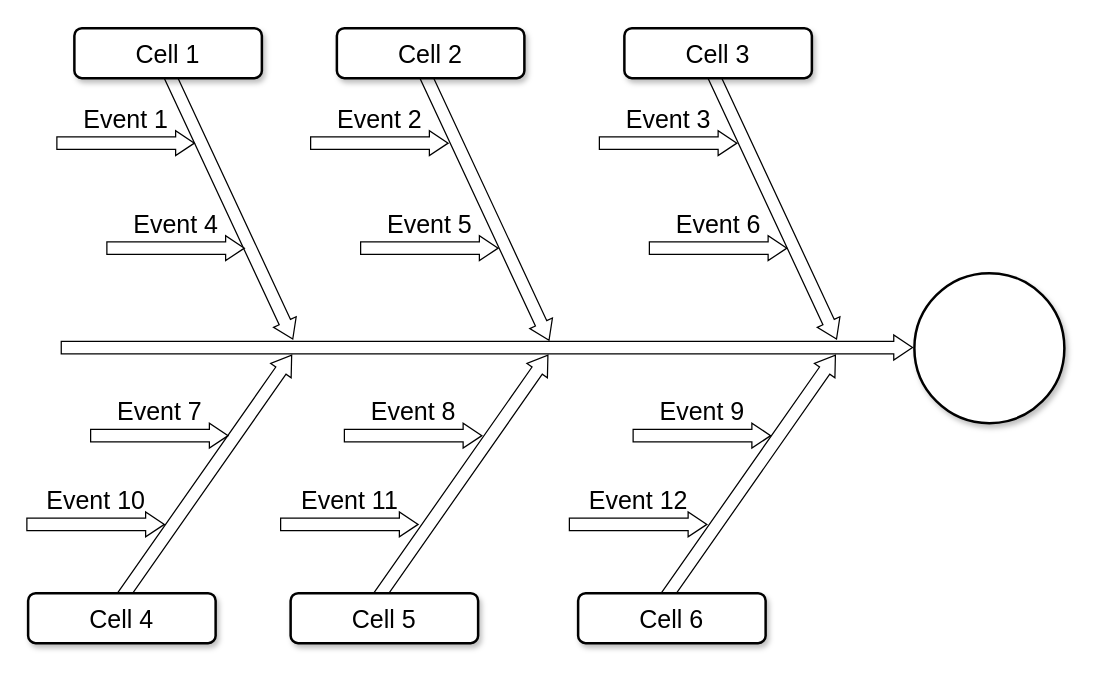
The draw.io diagram PersonalSRT.drawio in socalgrotto/diagrams, before the edit. Source tidied: cells renumbered, new cells numbered last; positions are measured from the earlier drawing's top-left corner, leaving out a move shared by most shapes. Both pictures are drawn from the tidied source at 125%, with x=0, y=0 at pixel (28, -79).
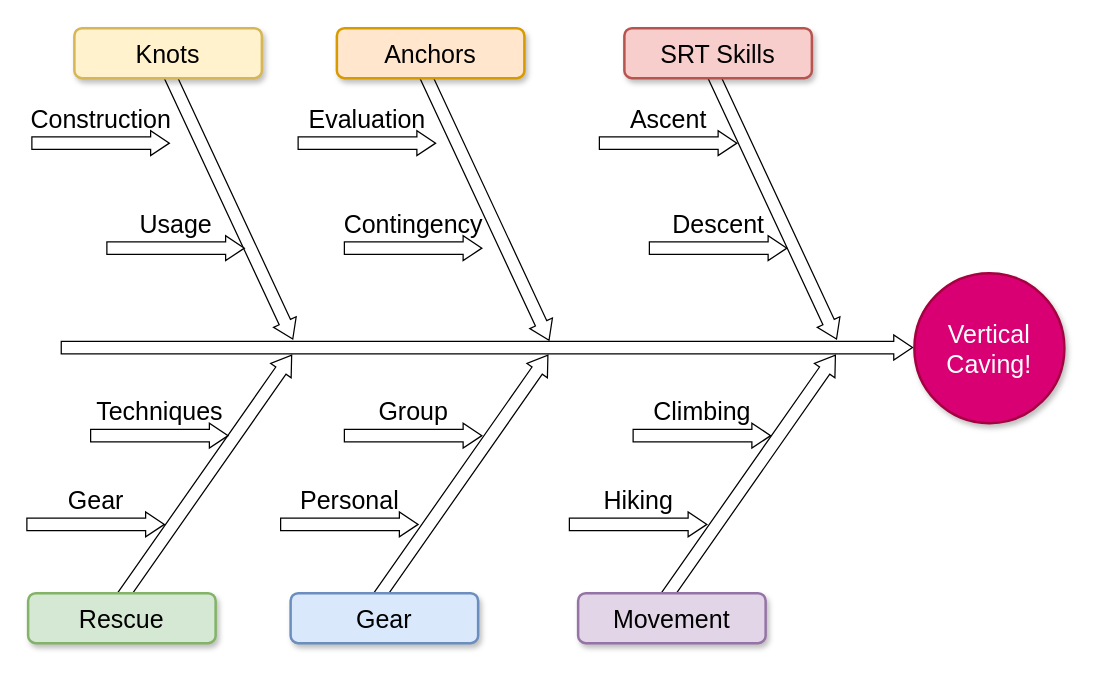
Above is the later version.

Diff of the diagram source:
```diff
@@
-    <mxCell id="9" value="Cell 1" style="rounded=1;whiteSpace=wrap;html=1;shadow=1;strokeWidth=2;fontSize=20;" parent="1" vertex="1">
+    <mxCell id="9" value="Knots" style="rounded=1;whiteSpace=wrap;html=1;shadow=1;strokeWidth=2;fontSize=20;fillColor=#fff2cc;strokeColor=#d6b656;" parent="1" vertex="1">
       <mxGeometry x="37" y="85" width="150" height="40" as="geometry" />
     </mxCell>
-    <mxCell id="10" value="Cell 2" style="rounded=1;whiteSpace=wrap;html=1;shadow=1;strokeWidth=2;fontSize=20;" parent="1" vertex="1">
+    <mxCell id="10" value="Anchors" style="rounded=1;whiteSpace=wrap;html=1;shadow=1;strokeWidth=2;fontSize=20;fillColor=#ffe6cc;strokeColor=#d79b00;" parent="1" vertex="1">
       <mxGeometry x="247" y="85" width="150" height="40" as="geometry" />
     </mxCell>
-    <mxCell id="11" value="Cell 3" style="rounded=1;whiteSpace=wrap;html=1;shadow=1;strokeWidth=2;fontSize=20;" parent="1" vertex="1">
+    <mxCell id="11" value="SRT Skills" style="rounded=1;whiteSpace=wrap;html=1;shadow=1;strokeWidth=2;fontSize=20;fillColor=#f8cecc;strokeColor=#b85450;" parent="1" vertex="1">
       <mxGeometry x="477" y="85" width="150" height="40" as="geometry" />
     </mxCell>
-    <mxCell id="12" value="Cell 4" style="rounded=1;whiteSpace=wrap;html=1;shadow=1;strokeWidth=2;fontSize=20;" parent="1" vertex="1">
+    <mxCell id="12" value="Rescue" style="rounded=1;whiteSpace=wrap;html=1;shadow=1;strokeWidth=2;fontSize=20;fillColor=#d5e8d4;strokeColor=#82b366;" parent="1" vertex="1">
       <mxGeometry y="537" width="150" height="40" as="geometry" />
     </mxCell>
-    <mxCell id="13" value="Cell 5" style="rounded=1;whiteSpace=wrap;html=1;shadow=1;strokeWidth=2;fontSize=20;" parent="1" vertex="1">
+    <mxCell id="13" value="Gear" style="rounded=1;whiteSpace=wrap;html=1;shadow=1;strokeWidth=2;fontSize=20;fillColor=#dae8fc;strokeColor=#6c8ebf;" parent="1" vertex="1">
       <mxGeometry x="210" y="537" width="150" height="40" as="geometry" />
     </mxCell>
-    <mxCell id="14" value="Cell 6" style="rounded=1;whiteSpace=wrap;html=1;shadow=1;strokeWidth=2;fontSize=20;" parent="1" vertex="1">
+    <mxCell id="14" value="Movement" style="rounded=1;whiteSpace=wrap;html=1;shadow=1;strokeWidth=2;fontSize=20;fillColor=#e1d5e7;strokeColor=#9673a6;" parent="1" vertex="1">
       <mxGeometry x="440" y="537" width="150" height="40" as="geometry" />
     </mxCell>
-    <mxCell id="15" style="ellipse;whiteSpace=wrap;html=1;rounded=1;shadow=1;strokeWidth=2;fontSize=20;" parent="1" vertex="1">
+    <mxCell id="15" value="Vertical&lt;br&gt;Caving!" style="ellipse;whiteSpace=wrap;html=1;rounded=1;shadow=1;strokeWidth=2;fontSize=20;fillColor=#d80073;strokeColor=#A50040;fontColor=#ffffff;" parent="1" vertex="1">
       <mxGeometry x="709" y="281" width="120" height="120" as="geometry" />
     </mxCell>
-    <mxCell id="16" value="Event 1" style="html=1;shadow=0;dashed=0;align=center;verticalAlign=middle;shape=mxgraph.arrows2.arrow;dy=0.5;dx=15;direction=north;notch=0;rounded=0;strokeWidth=1;fontSize=20;rotation=90;horizontal=0;labelPosition=left;verticalLabelPosition=middle;" parent="1" vertex="1">
-      <mxGeometry x="68" y="122" width="20" height="110" as="geometry" />
+    <mxCell id="16" value="Construction" style="html=1;shadow=0;dashed=0;align=center;verticalAlign=middle;shape=mxgraph.arrows2.arrow;dy=0.5;dx=15;direction=north;notch=0;rounded=0;strokeWidth=1;fontSize=20;rotation=90;horizontal=0;labelPosition=left;verticalLabelPosition=middle;" parent="1" vertex="1">
+      <mxGeometry x="48" y="122" width="20" height="110" as="geometry" />
     </mxCell>
-    <mxCell id="17" value="Event 2" style="html=1;shadow=0;dashed=0;align=center;verticalAlign=middle;shape=mxgraph.arrows2.arrow;dy=0.5;dx=15;direction=north;notch=0;rounded=0;strokeWidth=1;fontSize=20;rotation=90;horizontal=0;labelPosition=left;verticalLabelPosition=middle;" parent="1" vertex="1">
-      <mxGeometry x="271" y="122" width="20" height="110" as="geometry" />
+    <mxCell id="17" value="Evaluation" style="html=1;shadow=0;dashed=0;align=center;verticalAlign=middle;shape=mxgraph.arrows2.arrow;dy=0.5;dx=15;direction=north;notch=0;rounded=0;strokeWidth=1;fontSize=20;rotation=90;horizontal=0;labelPosition=left;verticalLabelPosition=middle;" parent="1" vertex="1">
+      <mxGeometry x="261" y="122" width="20" height="110" as="geometry" />
     </mxCell>
-    <mxCell id="18" value="Event 3" style="html=1;shadow=0;dashed=0;align=center;verticalAlign=middle;shape=mxgraph.arrows2.arrow;dy=0.5;dx=15;direction=north;notch=0;rounded=0;strokeWidth=1;fontSize=20;rotation=90;horizontal=0;labelPosition=left;verticalLabelPosition=middle;" parent="1" vertex="1">
+    <mxCell id="18" value="Ascent&lt;br&gt;" style="html=1;shadow=0;dashed=0;align=center;verticalAlign=middle;shape=mxgraph.arrows2.arrow;dy=0.5;dx=15;direction=north;notch=0;rounded=0;strokeWidth=1;fontSize=20;rotation=90;horizontal=0;labelPosition=left;verticalLabelPosition=middle;" parent="1" vertex="1">
       <mxGeometry x="502" y="122" width="20" height="110" as="geometry" />
     </mxCell>
-    <mxCell id="19" value="Event 10" style="html=1;shadow=0;dashed=0;align=center;verticalAlign=middle;shape=mxgraph.arrows2.arrow;dy=0.5;dx=15;direction=north;notch=0;rounded=0;strokeWidth=1;fontSize=20;rotation=90;horizontal=0;labelPosition=left;verticalLabelPosition=middle;" parent="1" vertex="1">
+    <mxCell id="19" value="Gear" style="html=1;shadow=0;dashed=0;align=center;verticalAlign=middle;shape=mxgraph.arrows2.arrow;dy=0.5;dx=15;direction=north;notch=0;rounded=0;strokeWidth=1;fontSize=20;rotation=90;horizontal=0;labelPosition=left;verticalLabelPosition=middle;" parent="1" vertex="1">
       <mxGeometry x="44" y="427" width="20" height="110" as="geometry" />
     </mxCell>
-    <mxCell id="20" value="Event 11" style="html=1;shadow=0;dashed=0;align=center;verticalAlign=middle;shape=mxgraph.arrows2.arrow;dy=0.5;dx=15;direction=north;notch=0;rounded=0;strokeWidth=1;fontSize=20;rotation=90;horizontal=0;labelPosition=left;verticalLabelPosition=middle;" parent="1" vertex="1">
+    <mxCell id="20" value="Personal" style="html=1;shadow=0;dashed=0;align=center;verticalAlign=middle;shape=mxgraph.arrows2.arrow;dy=0.5;dx=15;direction=north;notch=0;rounded=0;strokeWidth=1;fontSize=20;rotation=90;horizontal=0;labelPosition=left;verticalLabelPosition=middle;" parent="1" vertex="1">
       <mxGeometry x="247" y="427" width="20" height="110" as="geometry" />
     </mxCell>
-    <mxCell id="21" value="Event 12" style="html=1;shadow=0;dashed=0;align=center;verticalAlign=middle;shape=mxgraph.arrows2.arrow;dy=0.5;dx=15;direction=north;notch=0;rounded=0;strokeWidth=1;fontSize=20;rotation=90;horizontal=0;labelPosition=left;verticalLabelPosition=middle;" parent="1" vertex="1">
+    <mxCell id="21" value="Hiking" style="html=1;shadow=0;dashed=0;align=center;verticalAlign=middle;shape=mxgraph.arrows2.arrow;dy=0.5;dx=15;direction=north;notch=0;rounded=0;strokeWidth=1;fontSize=20;rotation=90;horizontal=0;labelPosition=left;verticalLabelPosition=middle;" parent="1" vertex="1">
       <mxGeometry x="478" y="427" width="20" height="110" as="geometry" />
     </mxCell>
-    <mxCell id="22" value="Event 4" style="html=1;shadow=0;dashed=0;align=center;verticalAlign=middle;shape=mxgraph.arrows2.arrow;dy=0.5;dx=15;direction=north;notch=0;rounded=0;strokeWidth=1;fontSize=20;rotation=90;horizontal=0;labelPosition=left;verticalLabelPosition=middle;" parent="1" vertex="1">
+    <mxCell id="22" value="Usage" style="html=1;shadow=0;dashed=0;align=center;verticalAlign=middle;shape=mxgraph.arrows2.arrow;dy=0.5;dx=15;direction=north;notch=0;rounded=0;strokeWidth=1;fontSize=20;rotation=90;horizontal=0;labelPosition=left;verticalLabelPosition=middle;" parent="1" vertex="1">
       <mxGeometry x="108" y="206" width="20" height="110" as="geometry" />
     </mxCell>
-    <mxCell id="23" value="Event 5" style="html=1;shadow=0;dashed=0;align=center;verticalAlign=middle;shape=mxgraph.arrows2.arrow;dy=0.5;dx=15;direction=north;notch=0;rounded=0;strokeWidth=1;fontSize=20;rotation=90;horizontal=0;labelPosition=left;verticalLabelPosition=middle;" parent="1" vertex="1">
-      <mxGeometry x="311" y="206" width="20" height="110" as="geometry" />
+    <mxCell id="23" value="Contingency" style="html=1;shadow=0;dashed=0;align=center;verticalAlign=middle;shape=mxgraph.arrows2.arrow;dy=0.5;dx=15;direction=north;notch=0;rounded=0;strokeWidth=1;fontSize=20;rotation=90;horizontal=0;labelPosition=left;verticalLabelPosition=middle;" parent="1" vertex="1">
+      <mxGeometry x="298" y="206" width="20" height="110" as="geometry" />
     </mxCell>
-    <mxCell id="24" value="Event 6" style="html=1;shadow=0;dashed=0;align=center;verticalAlign=middle;shape=mxgraph.arrows2.arrow;dy=0.5;dx=15;direction=north;notch=0;rounded=0;strokeWidth=1;fontSize=20;rotation=90;horizontal=0;labelPosition=left;verticalLabelPosition=middle;" parent="1" vertex="1">
+    <mxCell id="24" value="Descent" style="html=1;shadow=0;dashed=0;align=center;verticalAlign=middle;shape=mxgraph.arrows2.arrow;dy=0.5;dx=15;direction=north;notch=0;rounded=0;strokeWidth=1;fontSize=20;rotation=90;horizontal=0;labelPosition=left;verticalLabelPosition=middle;" parent="1" vertex="1">
       <mxGeometry x="542" y="206" width="20" height="110" as="geometry" />
     </mxCell>
-    <mxCell id="25" value="Event 7" style="html=1;shadow=0;dashed=0;align=center;verticalAlign=middle;shape=mxgraph.arrows2.arrow;dy=0.5;dx=15;direction=north;notch=0;rounded=0;strokeWidth=1;fontSize=20;rotation=90;horizontal=0;labelPosition=left;verticalLabelPosition=middle;" parent="1" vertex="1">
+    <mxCell id="25" value="Techniques" style="html=1;shadow=0;dashed=0;align=center;verticalAlign=middle;shape=mxgraph.arrows2.arrow;dy=0.5;dx=15;direction=north;notch=0;rounded=0;strokeWidth=1;fontSize=20;rotation=90;horizontal=0;labelPosition=left;verticalLabelPosition=middle;" parent="1" vertex="1">
       <mxGeometry x="95" y="356" width="20" height="110" as="geometry" />
     </mxCell>
-    <mxCell id="26" value="Event 8" style="html=1;shadow=0;dashed=0;align=center;verticalAlign=middle;shape=mxgraph.arrows2.arrow;dy=0.5;dx=15;direction=north;notch=0;rounded=0;strokeWidth=1;fontSize=20;rotation=90;horizontal=0;labelPosition=left;verticalLabelPosition=middle;" parent="1" vertex="1">
+    <mxCell id="26" value="Group" style="html=1;shadow=0;dashed=0;align=center;verticalAlign=middle;shape=mxgraph.arrows2.arrow;dy=0.5;dx=15;direction=north;notch=0;rounded=0;strokeWidth=1;fontSize=20;rotation=90;horizontal=0;labelPosition=left;verticalLabelPosition=middle;" parent="1" vertex="1">
       <mxGeometry x="298" y="356" width="20" height="110" as="geometry" />
     </mxCell>
-    <mxCell id="27" value="Event 9" style="html=1;shadow=0;dashed=0;align=center;verticalAlign=middle;shape=mxgraph.arrows2.arrow;dy=0.5;dx=15;direction=north;notch=0;rounded=0;strokeWidth=1;fontSize=20;rotation=90;horizontal=0;labelPosition=left;verticalLabelPosition=middle;" parent="1" vertex="1">
+    <mxCell id="27" value="Climbing" style="html=1;shadow=0;dashed=0;align=center;verticalAlign=middle;shape=mxgraph.arrows2.arrow;dy=0.5;dx=15;direction=north;notch=0;rounded=0;strokeWidth=1;fontSize=20;rotation=90;horizontal=0;labelPosition=left;verticalLabelPosition=middle;" parent="1" vertex="1">
       <mxGeometry x="529" y="356" width="20" height="110" as="geometry" />
     </mxCell>
```
